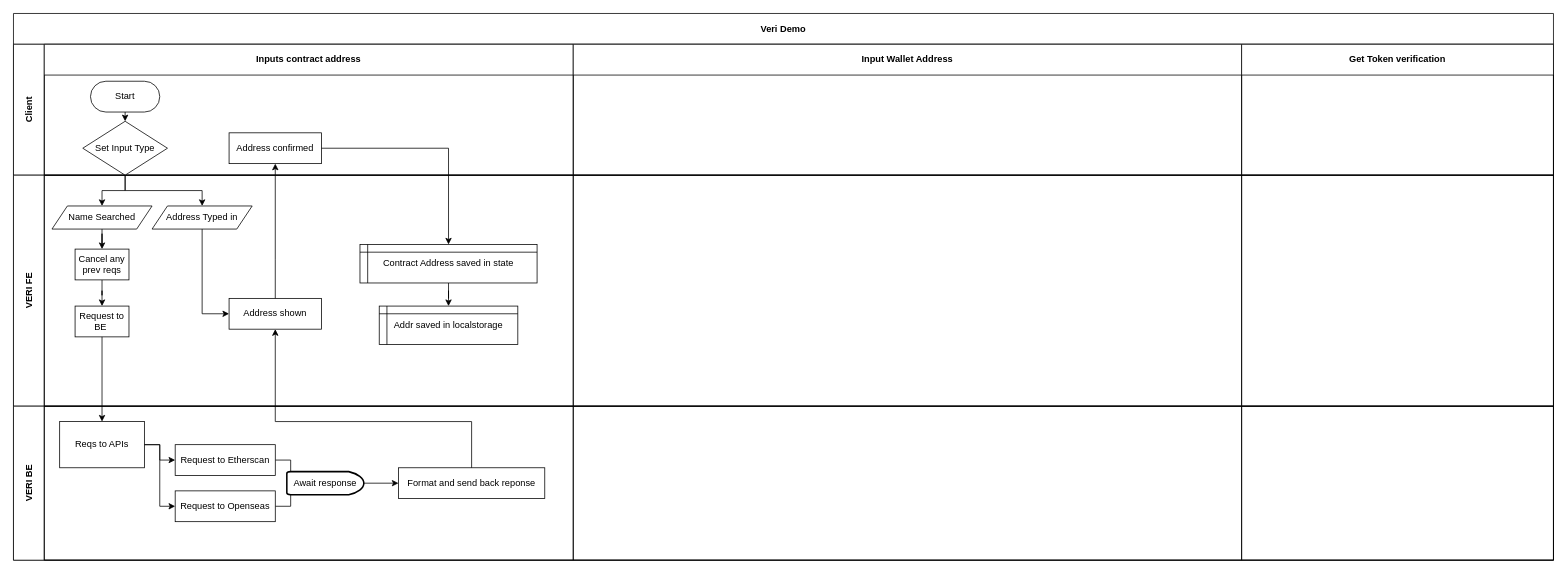
This is Diagrams/VERI-demo.drawio from CarlosAGarcia/Next, a draw.io file, before an edit. Source tidied: cells renumbered, new cells numbered last; positions are measured from the earlier drawing's top-left corner, leaving out a move shared by most shapes. Both pictures are drawn from the tidied source at 77%, with x=0, y=0 at pixel (13, 13).
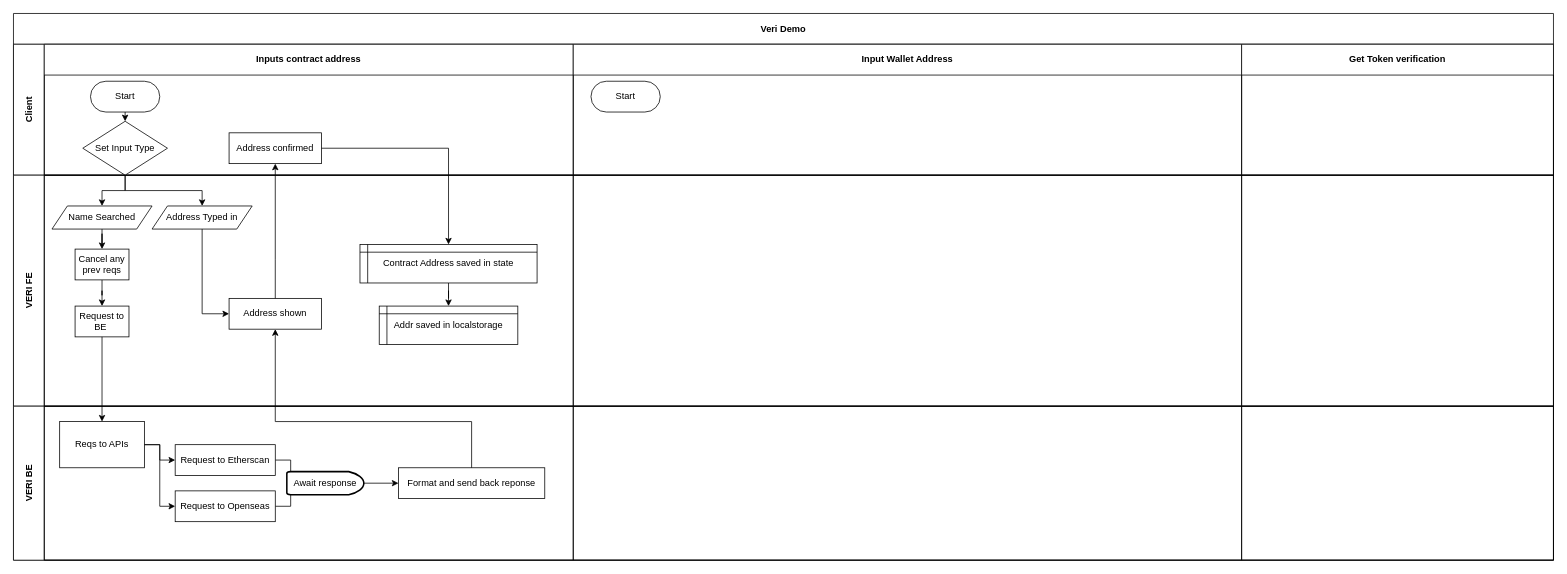
The same diagram, later.

Unchanged cells that the change refers to:
```xml
<mxCell id="9" value="Input Wallet Address" style="swimlane;startSize=40;html=1;whiteSpace=wrap;" parent="3" vertex="1">
  <mxGeometry x="727" width="868" height="170" as="geometry" />
</mxCell>
```

Diff of the diagram source:
```diff
@@
+    <mxCell id="50" value="Start" style="rounded=1;whiteSpace=wrap;html=1;arcSize=50;" parent="9" vertex="1">
+      <mxGeometry x="23" y="48" width="90" height="40" as="geometry" />
+    </mxCell>
```
